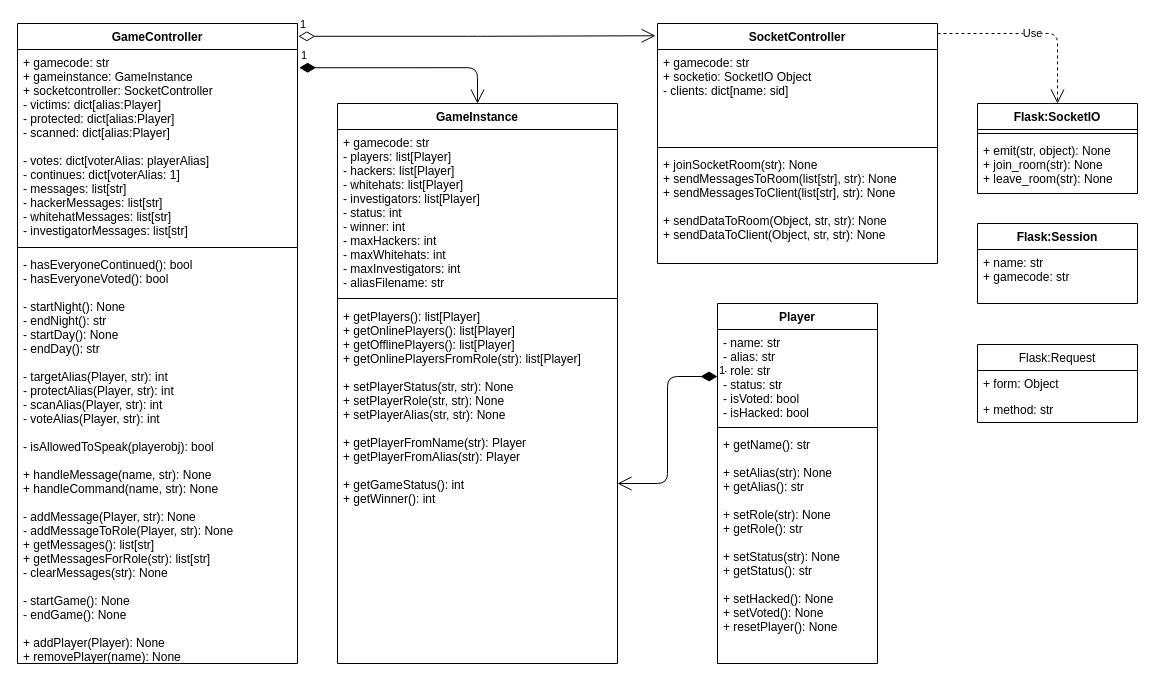
The draw.io diagram page "Class Diagram" (1 of 5) of diagrams/diagrams.drawio in Egg-Fish/Hacker-2021, before the edit. Source tidied: cells renumbered, new cells numbered last; positions are measured from the earlier drawing's top-left corner, leaving out a move shared by most shapes. Both pictures are drawn from the tidied source at 100%, with x=0, y=0 at pixel (17, 23).
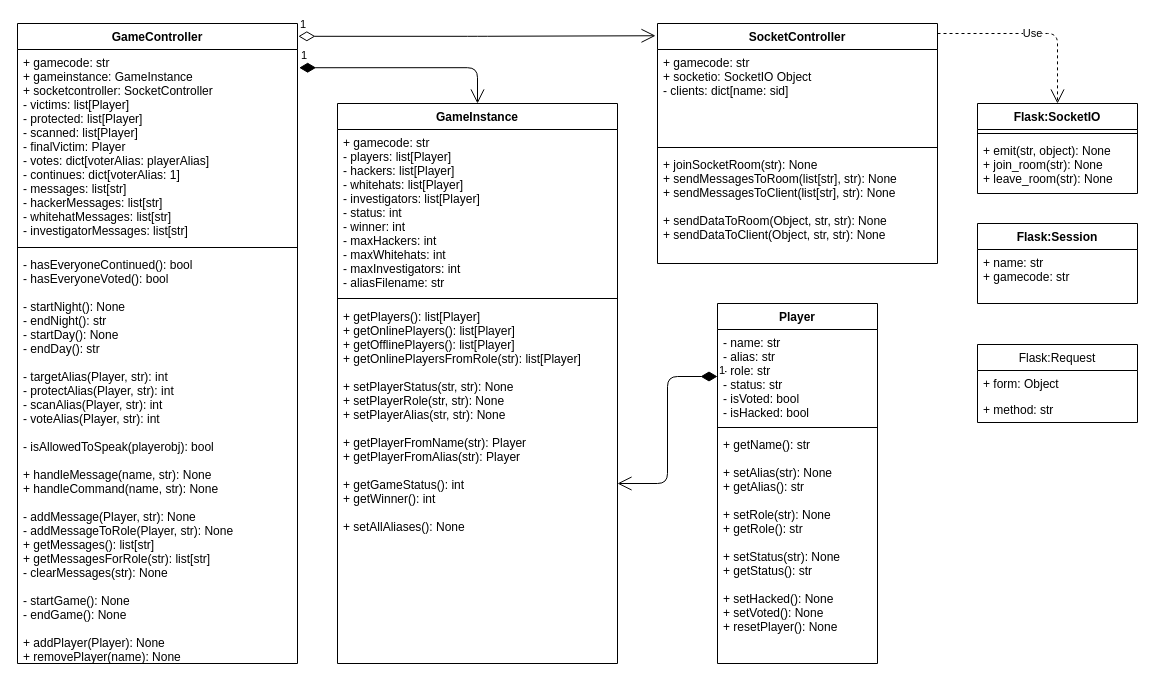
Above is the later version.

Unchanged cells that the change refers to:
```xml
<mxCell id="2" value="GameInstance" style="swimlane;fontStyle=1;align=center;verticalAlign=top;horizontal=1;startSize=26;" parent="1" vertex="1">
  <mxGeometry x="320" y="80" width="280" height="560" as="geometry" />
</mxCell>
<mxCell id="6" value="GameController" style="swimlane;fontStyle=1;align=center;verticalAlign=top;horizontal=1;startSize=26;" parent="1" vertex="1">
  <mxGeometry width="280" height="640" as="geometry" />
</mxCell>
```

What changed in the source:
```diff
@@
-    <mxCell id="5" value="+ getPlayers(): list[Player]&#10;+ getOnlinePlayers(): list[Player]&#10;+ getOfflinePlayers(): list[Player]&#10;+ getOnlinePlayersFromRole(str): list[Player]&#10;&#10;+ setPlayerStatus(str, str): None&#10;+ setPlayerRole(str, str): None&#10;+ setPlayerAlias(str, str): None&#10;&#10;+ getPlayerFromName(str): Player&#10;+ getPlayerFromAlias(str): Player&#10;&#10;+ getGameStatus(): int&#10;+ getWinner(): int" style="text;strokeColor=none;fillColor=none;align=left;verticalAlign=top;spacingLeft=4;spacingRight=4;overflow=hidden;points=[[0,0.5],[1,0.5]];portConstraint=eastwest;" parent="2" vertex="1">
+    <mxCell id="5" value="+ getPlayers(): list[Player]&#10;+ getOnlinePlayers(): list[Player]&#10;+ getOfflinePlayers(): list[Player]&#10;+ getOnlinePlayersFromRole(str): list[Player]&#10;&#10;+ setPlayerStatus(str, str): None&#10;+ setPlayerRole(str, str): None&#10;+ setPlayerAlias(str, str): None&#10;&#10;+ getPlayerFromName(str): Player&#10;+ getPlayerFromAlias(str): Player&#10;&#10;+ getGameStatus(): int&#10;+ getWinner(): int&#10;&#10;+ setAllAliases(): None" style="text;strokeColor=none;fillColor=none;align=left;verticalAlign=top;spacingLeft=4;spacingRight=4;overflow=hidden;points=[[0,0.5],[1,0.5]];portConstraint=eastwest;" parent="2" vertex="1">
       <mxGeometry y="200" width="280" height="360" as="geometry" />
     </mxCell>
@@
-    <mxCell id="7" value="+ gamecode: str&#10;+ gameinstance: GameInstance&#10;+ socketcontroller: SocketController&#10;- victims: dict[alias:Player]&#10;- protected: dict[alias:Player]&#10;- scanned: dict[alias:Player]&#10;&#10;- votes: dict[voterAlias: playerAlias]&#10;- continues: dict[voterAlias: 1]&#10;- messages: list[str]&#10;- hackerMessages: list[str]&#10;- whitehatMessages: list[str]&#10;- investigatorMessages: list[str]" style="text;strokeColor=none;fillColor=none;align=left;verticalAlign=top;spacingLeft=4;spacingRight=4;overflow=hidden;points=[[0,0.5],[1,0.5]];portConstraint=eastwest;" parent="6" vertex="1">
+    <mxCell id="7" value="+ gamecode: str&#10;+ gameinstance: GameInstance&#10;+ socketcontroller: SocketController&#10;- victims: list[Player]&#10;- protected: list[Player]&#10;- scanned: list[Player]&#10;- finalVictim: Player&#10;- votes: dict[voterAlias: playerAlias]&#10;- continues: dict[voterAlias: 1]&#10;- messages: list[str]&#10;- hackerMessages: list[str]&#10;- whitehatMessages: list[str]&#10;- investigatorMessages: list[str]" style="text;strokeColor=none;fillColor=none;align=left;verticalAlign=top;spacingLeft=4;spacingRight=4;overflow=hidden;points=[[0,0.5],[1,0.5]];portConstraint=eastwest;" parent="6" vertex="1">
       <mxGeometry y="26" width="280" height="194" as="geometry" />
     </mxCell>
```
